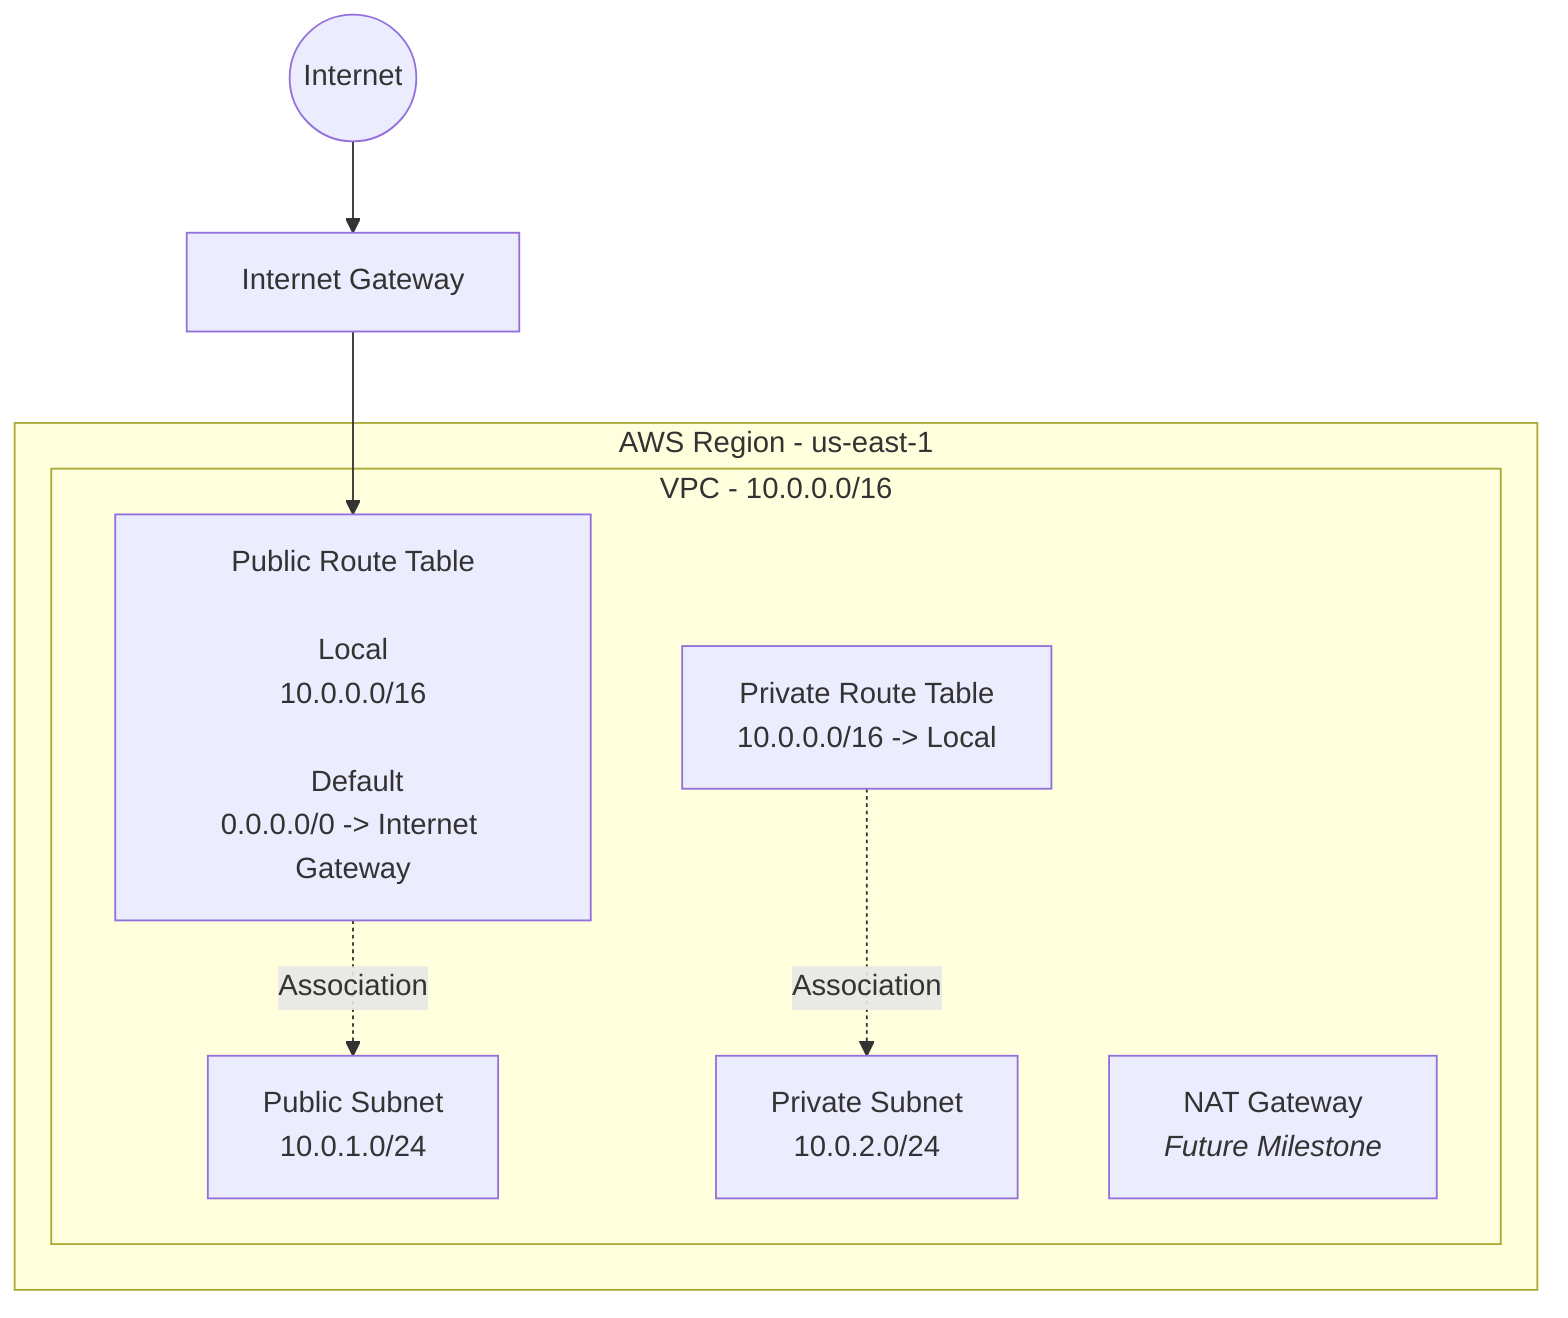
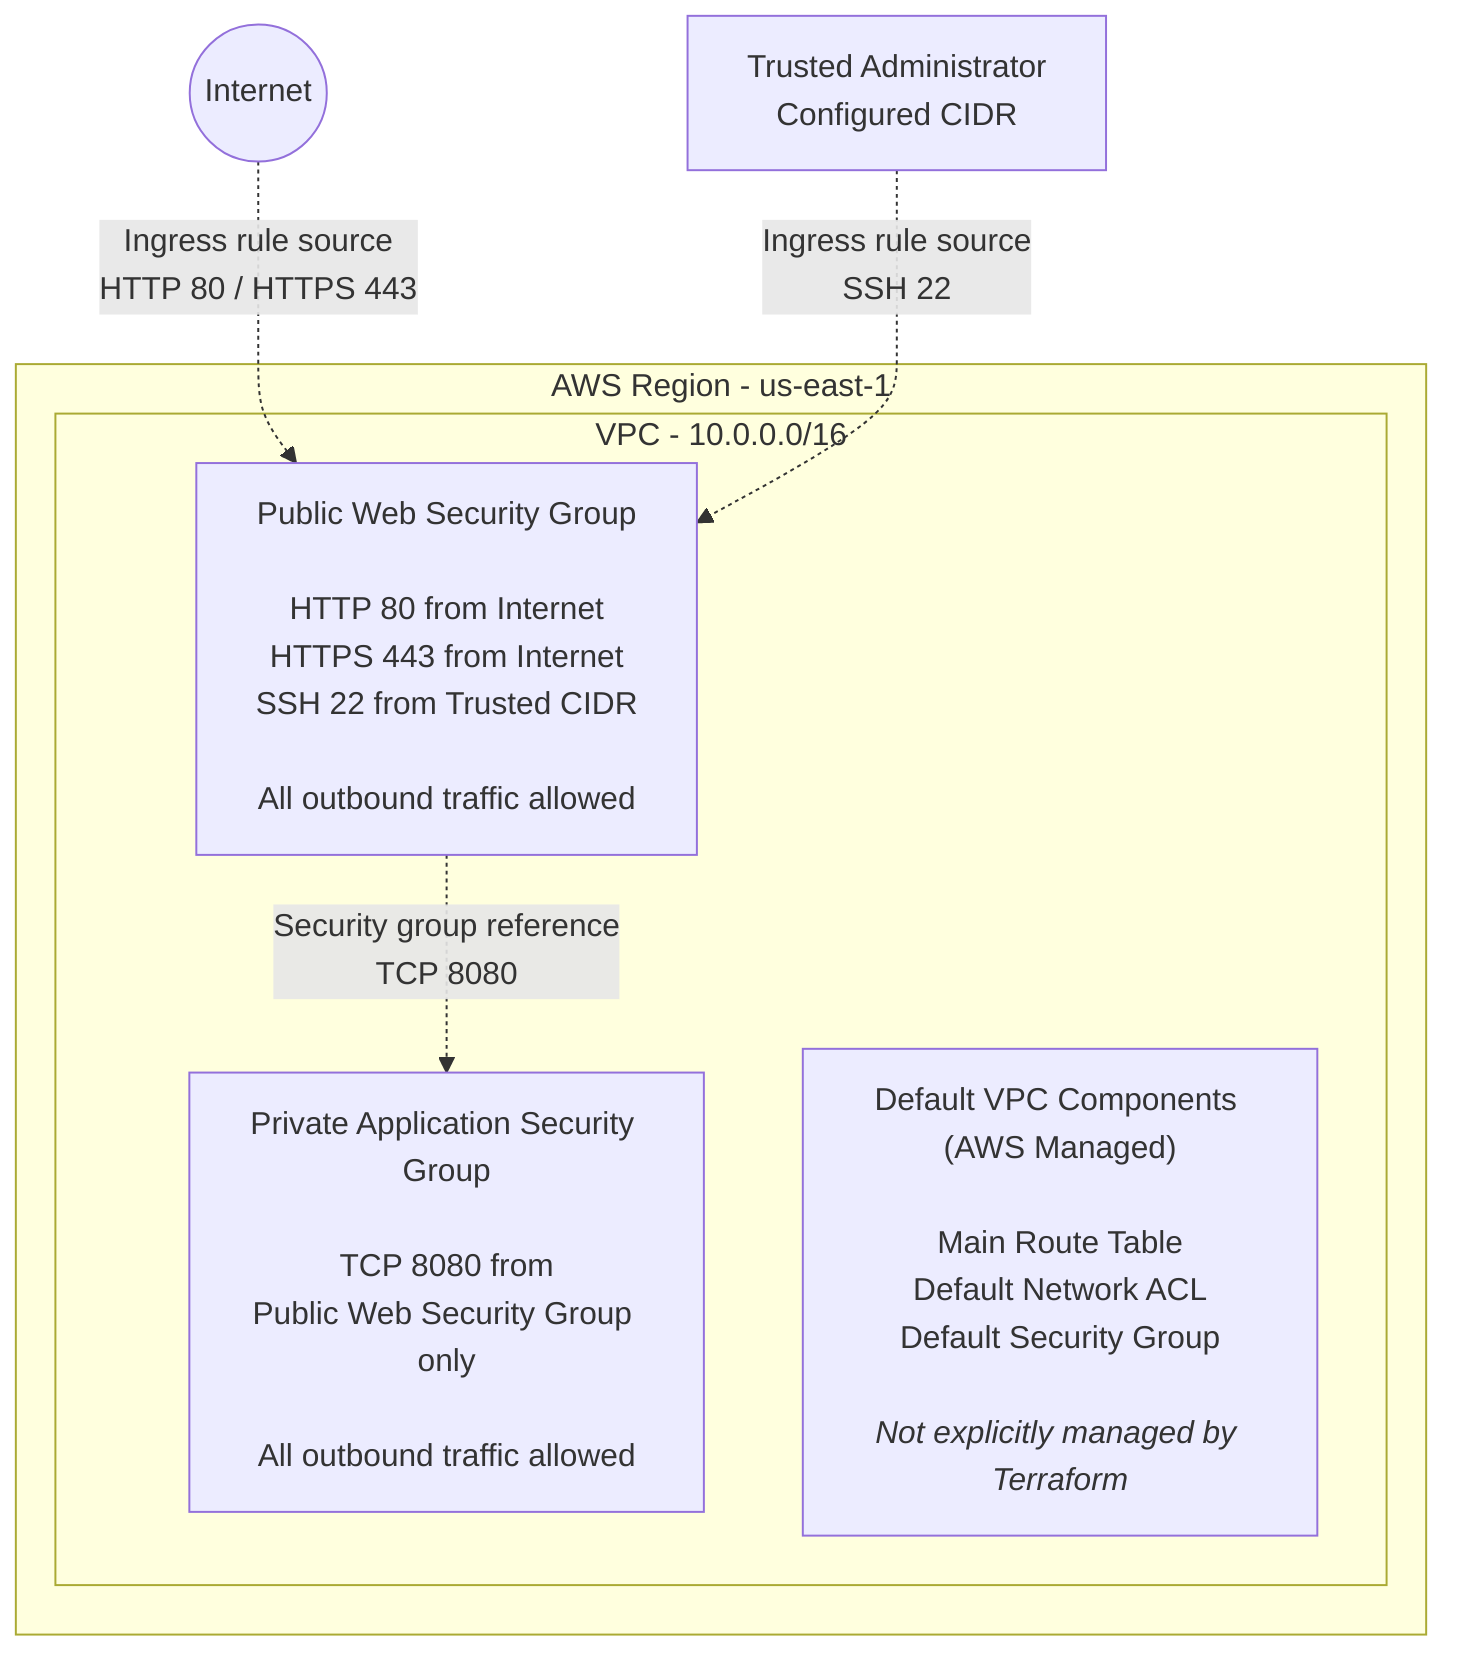
flowchart TB

%% =============================================================================
%% Cloud Architect Lab
%% CAL-001 - AWS Networking Foundations
%% =============================================================================
- %% Milestone: CAL-001.02
- %% Title: Route Tables
+ %% Diagram Type: Current As-Built Architecture
+ %% Milestone: Security Group Foundations
+ %% Terraform State: Current
%% =============================================================================
- %% What changed:
- %% • Added public and private route tables.
- %% • Added explicit subnet-to-route-table associations.
- %% • Documented the VPC local route.
- %% • Documented the public default route to the Internet Gateway.
- %% • Added a future NAT Gateway placeholder.
+ %% Terraform-managed resources:
+ %% • VPC
+ %% • Public web security group
+ %% • Private application security group
+ %% =============================================================================
+ %% AWS-managed default resources:
+ %% • Main route table
+ %% • Default network ACL
+ %% • Default security group
+ %% =============================================================================
+ %% No subnets, Internet Gateway, NAT Gateway, custom route tables,
+ %% route-table associations, or compute resources are currently deployed.
%% =============================================================================

Internet((Internet))

- IGW["Internet Gateway"]
+ TrustedAdmin["Trusted Administrator<br/>Configured CIDR"]

subgraph AWS["AWS Region - us-east-1"]

    subgraph VPC["VPC - 10.0.0.0/16"]

-         PublicRT["Public Route Table<br/><br/>Local<br/>10.0.0.0/16<br/><br/> Default<br/>0.0.0.0/0 -> Internet Gateway"]
+         PublicSG["Public Web Security Group<br/><br/>HTTP 80 from Internet<br/>HTTPS 443 from Internet<br/>SSH 22 from Trusted CIDR<br/><br/>All outbound traffic allowed"]

-         PrivateRT["Private Route Table<br/>10.0.0.0/16 -> Local"]
+         PrivateSG["Private Application Security Group<br/><br/>TCP 8080 from<br/>Public Web Security Group only<br/><br/>All outbound traffic allowed"]

-         Public["Public Subnet<br/>10.0.1.0/24"]
- 
-         Private["Private Subnet<br/>10.0.2.0/24"]
- 
-         NAT["NAT Gateway<br/><i>Future Milestone</i>"]
+         Defaults["Default VPC Components (AWS Managed)<br/><br/>Main Route Table<br/>Default Network ACL<br/>Default Security Group<br/><br/><i>Not explicitly managed by Terraform</i>"]

    end
end

- Internet --> IGW
- IGW --> PublicRT
+ Internet -.->|"Ingress rule source<br/>HTTP 80 / HTTPS 443"| PublicSG

- PublicRT -. "Association" .-> Public
- PrivateRT -. "Association" .-> Private+ TrustedAdmin -.->|"Ingress rule source<br/>SSH 22"| PublicSG
+ 
+ PublicSG -.->|"Security group reference<br/>TCP 8080"| PrivateSG
